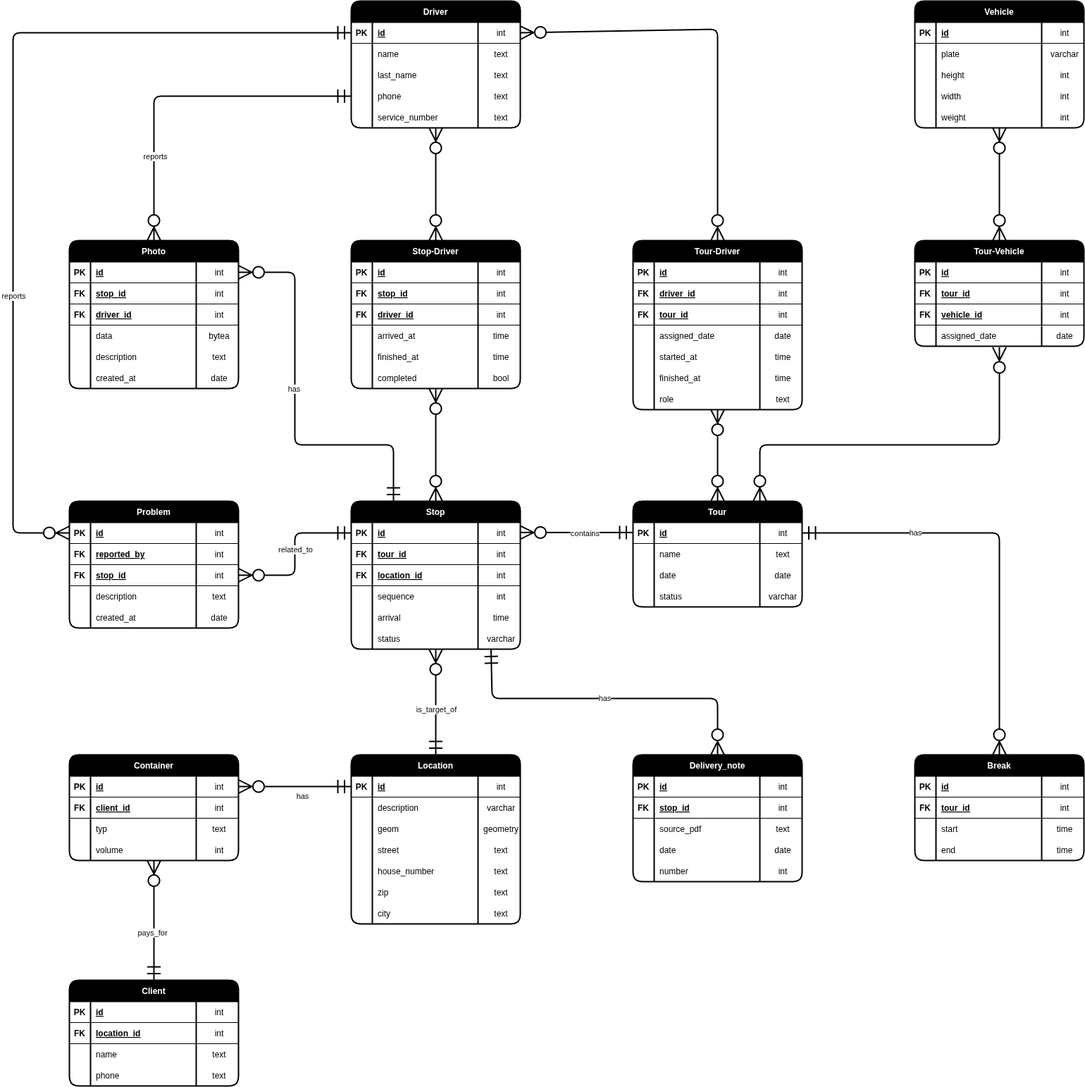
This is docs/database/erd.drawio.png from gabrielbindi/VoBi-Tour, a draw.io export, as it was before one commit. Source tidied: cells renumbered, new cells last; positions are measured from the earlier drawing's top-left corner, leaving out a move shared by most shapes.
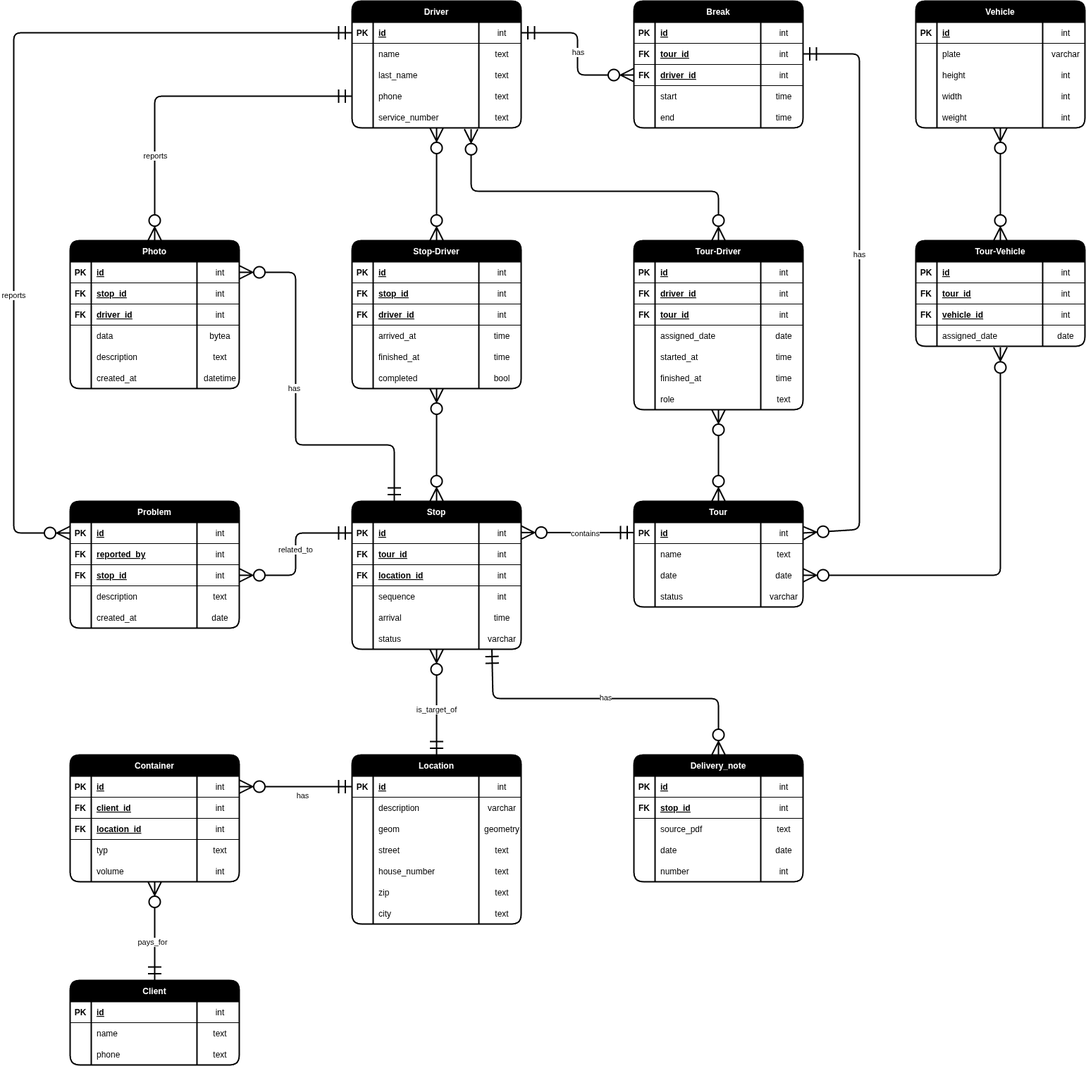
Later version of the same file.

Commit message:
#26 Container has now locatio_id. Break has now driver_id to safe which driver it was. Photo created_at hast datatyp datetime

Change to the diagram source:
```diff
@@ -117,7 +117,7 @@
       <mxGeometry x="180" width="60" height="30" as="geometry" />
     </mxCell>
     <mxCell id="40" value="Break" style="shape=table;startSize=30;rowLines=0;fontStyle=1;align=center;swimlaneFillColor=none;fillColor=#000000;fontColor=#FFFFFF;strokeWidth=2;rounded=1;" parent="1" vertex="1">
-      <mxGeometry x="1280" y="1070" width="240" height="150" as="geometry" />
+      <mxGeometry x="880" width="240" height="180" as="geometry" />
     </mxCell>
     <mxCell id="41" style="shape=tableRow;horizontal=0;startSize=0;swimlaneHead=0;swimlaneBody=0;fillColor=none;top=0;left=0;right=0;bottom=1;" parent="40" vertex="1">
       <mxGeometry y="30" width="240" height="30" as="geometry" />
@@ -143,8 +143,20 @@
     <mxCell id="48" value="int" style="shape=partialRectangle;fillColor=none;top=0;left=0;bottom=0;right=0;align=center;spacingLeft=6;fontStyle=0;overflow=hidden;" parent="45" vertex="1">
       <mxGeometry x="180" width="60" height="30" as="geometry" />
     </mxCell>
+    <mxCell id="330" style="shape=tableRow;horizontal=0;startSize=0;swimlaneHead=0;swimlaneBody=0;fillColor=none;points=[[0,0.5],[1,0.5]];portConstraint=eastwest;top=0;left=0;right=0;bottom=1;" parent="40" vertex="1">
+      <mxGeometry y="90" width="240" height="30" as="geometry" />
+    </mxCell>
+    <mxCell id="331" value="FK" style="shape=partialRectangle;fillColor=none;top=0;left=0;bottom=0;right=0;fontStyle=1;overflow=hidden;" parent="330" vertex="1">
+      <mxGeometry width="30" height="30" as="geometry" />
+    </mxCell>
+    <mxCell id="332" value="driver_id" style="shape=partialRectangle;fillColor=none;top=0;left=0;bottom=0;right=0;align=left;spacingLeft=6;fontStyle=5;overflow=hidden;" parent="330" vertex="1">
+      <mxGeometry x="30" width="150" height="30" as="geometry" />
+    </mxCell>
+    <mxCell id="333" value="int" style="shape=partialRectangle;fillColor=none;top=0;left=0;bottom=0;right=0;align=center;spacingLeft=6;fontStyle=0;overflow=hidden;" parent="330" vertex="1">
+      <mxGeometry x="180" width="60" height="30" as="geometry" />
+    </mxCell>
     <mxCell id="49" style="shape=tableRow;horizontal=0;startSize=0;swimlaneHead=0;swimlaneBody=0;fillColor=none;top=0;left=0;right=0;bottom=0;" parent="40" vertex="1">
-      <mxGeometry y="90" width="240" height="30" as="geometry" />
+      <mxGeometry y="120" width="240" height="30" as="geometry" />
     </mxCell>
     <mxCell id="50" style="shape=partialRectangle;fillColor=none;top=0;left=0;bottom=0;right=0;overflow=hidden;" parent="49" vertex="1">
       <mxGeometry width="30" height="30" as="geometry" />
@@ -156,7 +168,7 @@
       <mxGeometry x="180" width="60" height="30" as="geometry" />
     </mxCell>
     <mxCell id="53" style="shape=tableRow;horizontal=0;startSize=0;swimlaneHead=0;swimlaneBody=0;fillColor=none;top=0;left=0;right=0;bottom=0;" parent="40" vertex="1">
-      <mxGeometry y="120" width="240" height="30" as="geometry" />
+      <mxGeometry y="150" width="240" height="30" as="geometry" />
     </mxCell>
     <mxCell id="54" style="shape=partialRectangle;fillColor=none;top=0;left=0;bottom=0;right=0;overflow=hidden;" parent="53" vertex="1">
       <mxGeometry width="30" height="30" as="geometry" />
@@ -167,18 +179,6 @@
     <mxCell id="56" value="time" style="shape=partialRectangle;fillColor=none;top=0;left=0;bottom=0;right=0;align=center;spacingLeft=6;overflow=hidden;" parent="53" vertex="1">
       <mxGeometry x="180" width="60" height="30" as="geometry" />
     </mxCell>
-    <mxCell id="57" style="fontSize=12;html=1;endArrow=ERmandOne;endFill=0;startArrow=ERzeroToMany;endSize=16;startSize=16;strokeWidth=2;entryX=1;entryY=0.5;entryDx=0;entryDy=0;exitX=0.5;exitY=0;exitDx=0;exitDy=0;startFill=0;" parent="1" edge="1" source="40" target="24">
-      <mxGeometry relative="1" as="geometry">
-        <Array as="points">
-          <mxPoint x="1400" y="755" />
-        </Array>
-      </mxGeometry>
-    </mxCell>
-    <mxCell id="58" value="has" style="edgeLabel;html=1;align=center;verticalAlign=middle;" parent="57" vertex="1">
-      <mxGeometry x="0.05" relative="1" as="geometry">
-        <mxPoint x="-120" y="-3" as="offset" />
-      </mxGeometry>
-    </mxCell>
     <mxCell id="59" value="Problem" style="shape=table;startSize=30;rowLines=0;fontStyle=1;align=center;swimlaneFillColor=none;fillColor=#000000;fontColor=#FFFFFF;strokeWidth=2;rounded=1;" parent="1" vertex="1">
       <mxGeometry x="80" y="710" width="240" height="180" as="geometry" />
     </mxCell>
@@ -390,7 +390,7 @@
     <mxCell id="126" value="created_at" style="shape=partialRectangle;fillColor=none;top=0;left=0;bottom=0;right=0;align=left;spacingLeft=6;overflow=hidden;" parent="124" vertex="1">
       <mxGeometry x="30" width="150" height="30" as="geometry" />
     </mxCell>
-    <mxCell id="127" value="date" style="shape=partialRectangle;fillColor=none;top=0;left=0;bottom=0;right=0;align=center;spacingLeft=6;overflow=hidden;" parent="124" vertex="1">
+    <mxCell id="127" value="datetime" style="shape=partialRectangle;fillColor=none;top=0;left=0;bottom=0;right=0;align=center;spacingLeft=6;overflow=hidden;" parent="124" vertex="1">
       <mxGeometry x="180" width="60" height="30" as="geometry" />
     </mxCell>
     <mxCell id="128" value="Location" style="shape=table;startSize=30;rowLines=0;fontStyle=1;align=center;swimlaneFillColor=none;fillColor=#000000;fontColor=#FFFFFF;strokeWidth=2;rounded=1;" parent="1" vertex="1">
@@ -481,7 +481,7 @@
       <mxGeometry x="180" width="60" height="30" as="geometry" />
     </mxCell>
     <mxCell id="157" value="Container" style="shape=table;startSize=30;rowLines=0;fontStyle=1;align=center;swimlaneFillColor=none;fillColor=#000000;fontColor=#FFFFFF;strokeWidth=2;rounded=1;" parent="1" vertex="1">
-      <mxGeometry x="80" y="1070" width="240" height="150" as="geometry" />
+      <mxGeometry x="80" y="1070" width="240" height="180" as="geometry" />
     </mxCell>
     <mxCell id="158" style="shape=tableRow;horizontal=0;startSize=0;swimlaneHead=0;swimlaneBody=0;fillColor=none;points=[[0,0.5],[1,0.5]];portConstraint=eastwest;top=0;left=0;right=0;bottom=1;" parent="157" vertex="1">
       <mxGeometry y="30" width="240" height="30" as="geometry" />
@@ -507,8 +507,20 @@
     <mxCell id="165" value="int" style="shape=partialRectangle;fillColor=none;top=0;left=0;bottom=0;right=0;align=center;spacingLeft=6;fontStyle=0;overflow=hidden;" parent="162" vertex="1">
       <mxGeometry x="180" width="60" height="30" as="geometry" />
     </mxCell>
+    <mxCell id="334" style="shape=tableRow;horizontal=0;startSize=0;swimlaneHead=0;swimlaneBody=0;fillColor=none;top=0;left=0;right=0;bottom=1;" parent="157" vertex="1">
+      <mxGeometry y="90" width="240" height="30" as="geometry" />
+    </mxCell>
+    <mxCell id="335" value="FK" style="shape=partialRectangle;fillColor=none;top=0;left=0;bottom=0;right=0;fontStyle=1;overflow=hidden;" parent="334" vertex="1">
+      <mxGeometry width="30" height="30" as="geometry" />
+    </mxCell>
+    <mxCell id="183" value="location_id" style="shape=partialRectangle;fillColor=none;top=0;left=0;bottom=0;right=0;align=left;spacingLeft=6;fontStyle=5;overflow=hidden;" parent="334" vertex="1">
+      <mxGeometry x="30" width="150" height="30" as="geometry" />
+    </mxCell>
+    <mxCell id="336" value="int" style="shape=partialRectangle;fillColor=none;top=0;left=0;bottom=0;right=0;align=center;spacingLeft=6;fontStyle=0;overflow=hidden;" parent="334" vertex="1">
+      <mxGeometry x="180" width="60" height="30" as="geometry" />
+    </mxCell>
     <mxCell id="166" style="shape=tableRow;horizontal=0;startSize=0;swimlaneHead=0;swimlaneBody=0;fillColor=none;top=0;left=0;right=0;bottom=0;" parent="157" vertex="1">
-      <mxGeometry y="90" width="240" height="30" as="geometry" />
+      <mxGeometry y="120" width="240" height="30" as="geometry" />
     </mxCell>
     <mxCell id="167" style="shape=partialRectangle;fillColor=none;top=0;left=0;bottom=0;right=0;overflow=hidden;" parent="166" vertex="1">
       <mxGeometry width="30" height="30" as="geometry" />
@@ -520,7 +532,7 @@
       <mxGeometry x="180" width="60" height="30" as="geometry" />
     </mxCell>
     <mxCell id="170" style="shape=tableRow;horizontal=0;startSize=0;swimlaneHead=0;swimlaneBody=0;fillColor=none;top=0;left=0;right=0;bottom=0;" parent="157" vertex="1">
-      <mxGeometry y="120" width="240" height="30" as="geometry" />
+      <mxGeometry y="150" width="240" height="30" as="geometry" />
     </mxCell>
     <mxCell id="171" style="shape=partialRectangle;fillColor=none;top=0;left=0;bottom=0;right=0;overflow=hidden;" parent="170" vertex="1">
       <mxGeometry width="30" height="30" as="geometry" />
@@ -540,7 +552,7 @@
       </mxGeometry>
     </mxCell>
     <mxCell id="176" value="Client" style="shape=table;startSize=30;rowLines=0;fontStyle=1;align=center;swimlaneFillColor=none;fillColor=#000000;fontColor=#FFFFFF;strokeWidth=2;rounded=1;" parent="1" vertex="1">
-      <mxGeometry x="80" y="1390" width="240" height="150" as="geometry" />
+      <mxGeometry x="80" y="1390" width="240" height="120" as="geometry" />
     </mxCell>
     <mxCell id="177" style="shape=tableRow;horizontal=0;startSize=0;swimlaneHead=0;swimlaneBody=0;fillColor=none;top=0;left=0;right=0;bottom=1;" parent="176" vertex="1">
       <mxGeometry y="30" width="240" height="30" as="geometry" />
@@ -554,20 +566,8 @@
     <mxCell id="180" value="int" style="shape=partialRectangle;fillColor=none;top=0;left=0;bottom=0;right=0;align=center;spacingLeft=6;fontStyle=0;overflow=hidden;" parent="177" vertex="1">
       <mxGeometry x="180" width="60" height="30" as="geometry" />
     </mxCell>
-    <mxCell id="181" style="shape=tableRow;horizontal=0;startSize=0;swimlaneHead=0;swimlaneBody=0;fillColor=none;top=0;left=0;right=0;bottom=1;" parent="176" vertex="1">
-      <mxGeometry y="60" width="240" height="30" as="geometry" />
-    </mxCell>
-    <mxCell id="182" value="FK" style="shape=partialRectangle;fillColor=none;top=0;left=0;bottom=0;right=0;fontStyle=1;overflow=hidden;" parent="181" vertex="1">
-      <mxGeometry width="30" height="30" as="geometry" />
-    </mxCell>
-    <mxCell id="183" value="location_id" style="shape=partialRectangle;fillColor=none;top=0;left=0;bottom=0;right=0;align=left;spacingLeft=6;fontStyle=5;overflow=hidden;" parent="181" vertex="1">
-      <mxGeometry x="30" width="150" height="30" as="geometry" />
-    </mxCell>
-    <mxCell id="184" value="int" style="shape=partialRectangle;fillColor=none;top=0;left=0;bottom=0;right=0;align=center;spacingLeft=6;fontStyle=0;overflow=hidden;" parent="181" vertex="1">
-      <mxGeometry x="180" width="60" height="30" as="geometry" />
-    </mxCell>
     <mxCell id="185" style="shape=tableRow;horizontal=0;startSize=0;swimlaneHead=0;swimlaneBody=0;fillColor=none;top=0;left=0;right=0;bottom=0;" parent="176" vertex="1">
-      <mxGeometry y="90" width="240" height="30" as="geometry" />
+      <mxGeometry y="60" width="240" height="30" as="geometry" />
     </mxCell>
     <mxCell id="186" style="shape=partialRectangle;fillColor=none;top=0;left=0;bottom=0;right=0;overflow=hidden;" parent="185" vertex="1">
       <mxGeometry width="30" height="30" as="geometry" />
@@ -579,7 +579,7 @@
       <mxGeometry x="180" width="60" height="30" as="geometry" />
     </mxCell>
     <mxCell id="189" style="shape=tableRow;horizontal=0;startSize=0;swimlaneHead=0;swimlaneBody=0;fillColor=none;top=0;left=0;right=0;bottom=0;" parent="176" vertex="1">
-      <mxGeometry y="120" width="240" height="30" as="geometry" />
+      <mxGeometry y="90" width="240" height="30" as="geometry" />
     </mxCell>
     <mxCell id="190" style="shape=partialRectangle;fillColor=none;top=0;left=0;bottom=0;right=0;overflow=hidden;" parent="189" vertex="1">
       <mxGeometry width="30" height="30" as="geometry" />
@@ -914,10 +914,10 @@
     <mxCell id="293" style="fontSize=12;html=1;endArrow=ERzeroToMany;endFill=1;startArrow=ERzeroToMany;endSize=16;startSize=16;strokeWidth=2;entryX=0.5;entryY=0;entryDx=0;entryDy=0;" parent="1" edge="1" source="82" target="276">
       <mxGeometry relative="1" as="geometry" />
     </mxCell>
-    <mxCell id="294" style="fontSize=12;html=1;endArrow=ERzeroToMany;endFill=1;startArrow=ERzeroToMany;endSize=16;startSize=16;strokeWidth=2;entryX=0.5;entryY=1.051;entryDx=0;entryDy=0;exitX=0.75;exitY=0;exitDx=0;exitDy=0;entryPerimeter=0;" parent="1" edge="1" source="23" target="289">
+    <mxCell id="294" style="fontSize=12;html=1;endArrow=ERzeroToMany;endFill=1;startArrow=ERzeroToMany;endSize=16;startSize=16;strokeWidth=2;entryX=0.5;entryY=1.051;entryDx=0;entryDy=0;exitX=1;exitY=0.5;exitDx=0;exitDy=0;entryPerimeter=0;" parent="1" edge="1" source="32" target="289">
       <mxGeometry relative="1" as="geometry">
         <Array as="points">
-          <mxPoint x="1060" y="630" />
+          <mxPoint x="1400" y="815" />
           <mxPoint x="1400" y="630" />
         </Array>
       </mxGeometry>
@@ -1009,10 +1009,11 @@
     <mxCell id="323" value="text" style="shape=partialRectangle;fillColor=none;top=0;left=0;bottom=0;right=0;align=center;spacingLeft=6;overflow=hidden;" parent="320" vertex="1">
       <mxGeometry x="180" width="60" height="30" as="geometry" />
     </mxCell>
-    <mxCell id="324" style="fontSize=12;html=1;endArrow=ERzeroToMany;endFill=1;startArrow=ERzeroToMany;endSize=16;startSize=16;strokeWidth=2;entryX=1;entryY=0.5;entryDx=0;entryDy=0;exitX=0.5;exitY=0;exitDx=0;exitDy=0;" parent="1" edge="1" source="295" target="3">
+    <mxCell id="324" style="fontSize=12;html=1;endArrow=ERzeroToMany;endFill=1;startArrow=ERzeroToMany;endSize=16;startSize=16;strokeWidth=2;entryX=0.704;entryY=1.059;entryDx=0;entryDy=0;exitX=0.5;exitY=0;exitDx=0;exitDy=0;entryPerimeter=0;" parent="1" edge="1" source="295" target="19">
       <mxGeometry relative="1" as="geometry">
         <Array as="points">
-          <mxPoint x="1000" y="40" />
+          <mxPoint x="1000" y="270" />
+          <mxPoint x="649" y="270" />
         </Array>
       </mxGeometry>
     </mxCell>
@@ -1045,5 +1046,31 @@
         <mxPoint x="-1" y="-63" as="offset" />
       </mxGeometry>
     </mxCell>
+    <mxCell id="337" style="fontSize=12;html=1;endArrow=ERzeroToMany;startArrow=ERmandOne;endSize=16;startSize=16;targetPerimeterSpacing=0;strokeWidth=2;entryX=1;entryY=0.5;entryDx=0;entryDy=0;exitX=1;exitY=0.5;exitDx=0;exitDy=0;" parent="1" edge="1" source="45" target="24">
+      <mxGeometry relative="1" as="geometry">
+        <Array as="points">
+          <mxPoint x="1200" y="75" />
+          <mxPoint x="1200" y="750" />
+        </Array>
+      </mxGeometry>
+    </mxCell>
+    <mxCell id="338" value="has" style="edgeLabel;html=1;align=center;verticalAlign=middle;" parent="337" vertex="1">
+      <mxGeometry x="-0.13" y="1" relative="1" as="geometry">
+        <mxPoint x="-1" as="offset" />
+      </mxGeometry>
+    </mxCell>
+    <mxCell id="339" style="fontSize=12;html=1;endArrow=ERzeroToMany;startArrow=ERmandOne;entryX=0;entryY=0.5;entryDx=0;entryDy=0;endSize=16;startSize=16;targetPerimeterSpacing=0;strokeWidth=2;exitX=1;exitY=0.5;exitDx=0;exitDy=0;" parent="1" edge="1" source="3" target="330">
+      <mxGeometry relative="1" as="geometry">
+        <Array as="points">
+          <mxPoint x="800" y="45" />
+          <mxPoint x="800" y="105" />
+        </Array>
+      </mxGeometry>
+    </mxCell>
+    <mxCell id="340" value="has" style="edgeLabel;html=1;align=center;verticalAlign=middle;" parent="339" vertex="1">
+      <mxGeometry x="-0.13" y="1" relative="1" as="geometry">
+        <mxPoint y="12" as="offset" />
+      </mxGeometry>
+    </mxCell>
   </root>
 </mxGraphModel>
```
